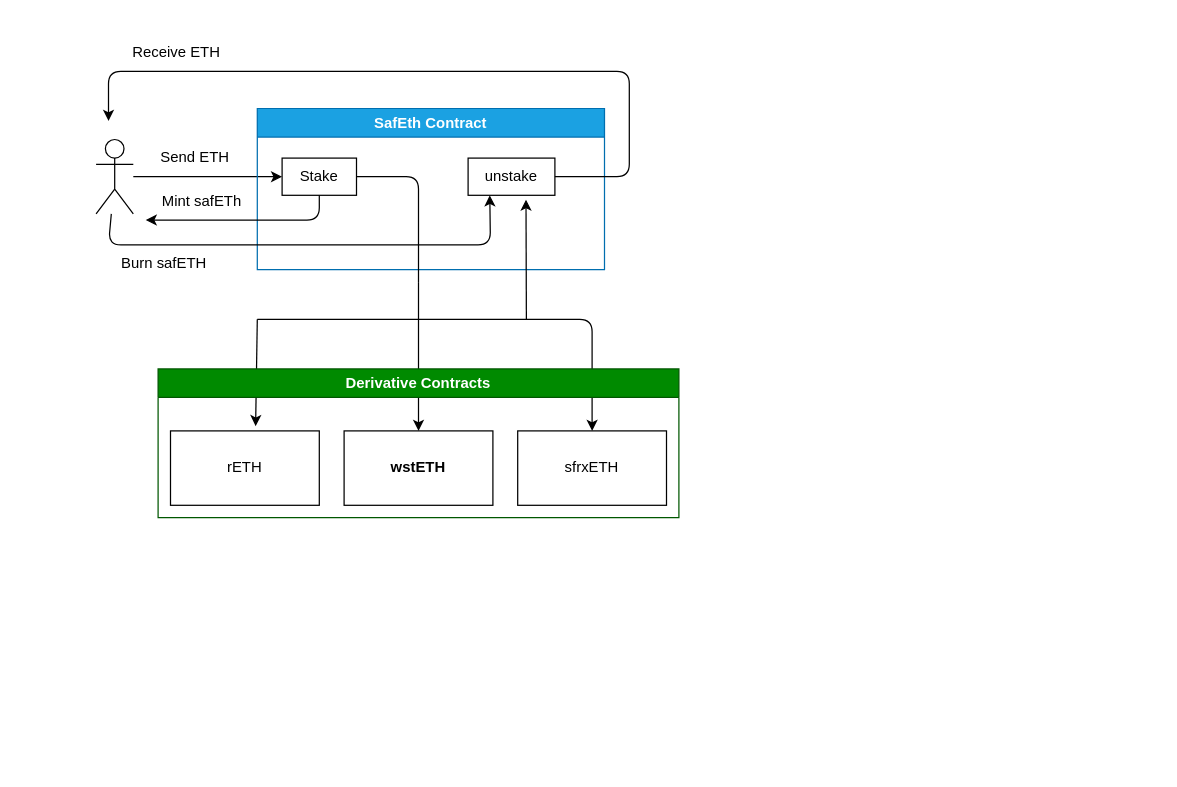
This is assets/SafEth-Architecture.drawio from asymmetryfinance/safeth, a draw.io file, before an edit. Source tidied: cells renumbered, new cells numbered last; positions are measured from the earlier drawing's top-left corner, leaving out a move shared by most shapes. Both pictures are drawn from the tidied source at 124%, with x=0, y=0 at pixel (95, 33).
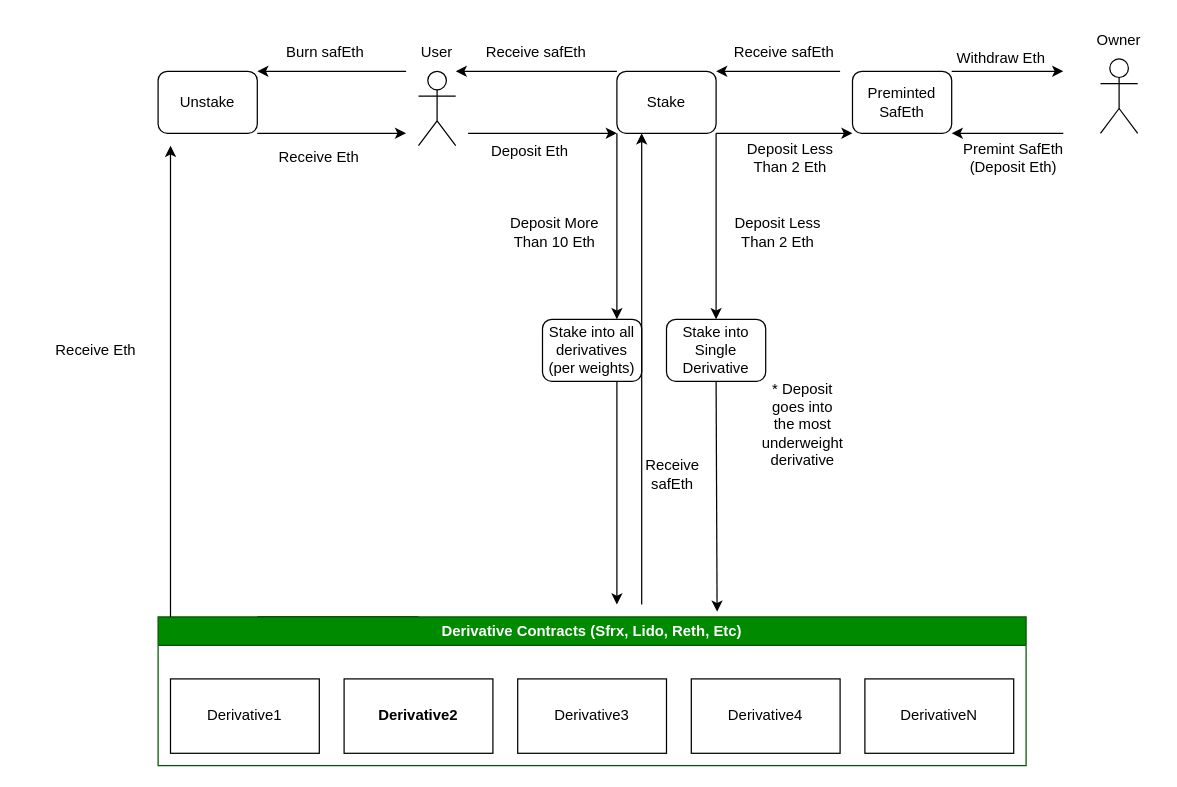
The same page after the edit.

Commit message:
update arch diagram

Change to the diagram source:
```diff
@@
-    <mxCell id="2" style="edgeStyle=none;html=1;entryX=0;entryY=0.5;entryDx=0;entryDy=0;" parent="1" edge="1" source="3" target="7">
-      <mxGeometry relative="1" as="geometry" />
-    </mxCell>
     <mxCell id="3" style="shape=umlActor;verticalLabelPosition=bottom;verticalAlign=top;html=1;outlineConnect=0;" parent="1" vertex="1">
-      <mxGeometry y="85" width="30" height="60" as="geometry" />
+      <mxGeometry x="260" y="30" width="30" height="60" as="geometry" />
     </mxCell>
-    <mxCell id="4" style="edgeStyle=none;html=1;" parent="1" edge="1" target="23">
-      <mxGeometry relative="1" as="geometry">
-        <mxPoint x="260" y="200" as="sourcePoint" />
-      </mxGeometry>
-    </mxCell>
-    <mxCell id="5" style="edgeStyle=none;html=1;" parent="1" edge="1" source="6">
+    <mxCell id="5" style="edgeStyle=none;html=1;" parent="1" edge="1">
       <mxGeometry relative="1" as="geometry">
+        <mxPoint x="255" y="190" as="sourcePoint" />
         <mxPoint x="255" y="190" as="targetPoint" />
       </mxGeometry>
     </mxCell>
-    <mxCell id="6" value="SafEth Contract" style="swimlane;whiteSpace=wrap;html=1;fillColor=#1ba1e2;fontColor=#ffffff;strokeColor=#006EAF;" parent="1" vertex="1">
-      <mxGeometry x="130" y="60" width="280" height="130" as="geometry" />
-    </mxCell>
-    <mxCell id="7" value="Stake" style="rounded=0;whiteSpace=wrap;html=1;" parent="6" vertex="1">
-      <mxGeometry x="20" y="40" width="60" height="30" as="geometry" />
-    </mxCell>
-    <mxCell id="8" value="unstake" style="rounded=0;whiteSpace=wrap;html=1;" parent="6" vertex="1">
-      <mxGeometry x="170" y="40" width="70" height="30" as="geometry" />
-    </mxCell>
-    <mxCell id="9" value="Send ETH" style="text;html=1;strokeColor=none;fillColor=none;align=center;verticalAlign=middle;whiteSpace=wrap;rounded=0;" parent="1" vertex="1">
-      <mxGeometry x="50" y="85" width="60" height="30" as="geometry" />
-    </mxCell>
     <mxCell id="10" style="endArrow=none;html=1;" parent="1" edge="1">
       <mxGeometry relative="1" as="geometry">
-        <mxPoint x="130" y="230" as="sourcePoint" />
-        <mxPoint x="260" y="230" as="targetPoint" />
+        <mxPoint x="130" y="470" as="sourcePoint" />
+        <mxPoint x="260" y="470" as="targetPoint" />
       </mxGeometry>
     </mxCell>
-    <mxCell id="11" style="endArrow=classic;html=1;entryX=0.572;entryY=-0.064;entryDx=0;entryDy=0;entryPerimeter=0;" parent="1" edge="1" target="24">
-      <mxGeometry relative="1" as="geometry">
-        <mxPoint x="130" y="230" as="sourcePoint" />
-      </mxGeometry>
-    </mxCell>
-    <mxCell id="12" style="endArrow=classic;html=1;entryX=0.5;entryY=0;entryDx=0;entryDy=0;" parent="1" edge="1" target="22">
-      <mxGeometry relative="1" as="geometry">
-        <mxPoint x="260" y="230" as="sourcePoint" />
-        <Array as="points">
-          <mxPoint x="400" y="230" />
-        </Array>
-      </mxGeometry>
-    </mxCell>
-    <mxCell id="13" style="endArrow=classic;html=1;exitX=0.5;exitY=1;exitDx=0;exitDy=0;" parent="1" edge="1" source="7">
-      <mxGeometry relative="1" as="geometry">
-        <mxPoint x="40" y="150" as="targetPoint" />
-        <Array as="points">
-          <mxPoint x="180" y="150" />
-        </Array>
-      </mxGeometry>
-    </mxCell>
-    <mxCell id="14" value="Mint safETh" style="text;html=1;align=center;verticalAlign=middle;strokeColor=none;fillColor=none;" parent="1" vertex="1">
-      <mxGeometry x="40" y="120" width="90" height="30" as="geometry" />
-    </mxCell>
-    <mxCell id="15" style="endArrow=classic;html=1;entryX=0.667;entryY=1.117;entryDx=0;entryDy=0;entryPerimeter=0;" parent="1" edge="1" target="8">
-      <mxGeometry relative="1" as="geometry">
-        <mxPoint x="347" y="230" as="sourcePoint" />
-      </mxGeometry>
-    </mxCell>
-    <mxCell id="16" style="endArrow=classic;html=1;exitX=1;exitY=0.5;exitDx=0;exitDy=0;" parent="1" edge="1" source="8">
-      <mxGeometry relative="1" as="geometry">
-        <mxPoint x="10" y="70" as="targetPoint" />
-        <Array as="points">
-          <mxPoint x="430" y="115" />
-          <mxPoint x="430" y="30" />
-          <mxPoint x="10" y="30" />
-        </Array>
-      </mxGeometry>
-    </mxCell>
-    <mxCell id="17" value="Receive ETH" style="text;html=1;strokeColor=none;fillColor=none;align=center;verticalAlign=middle;whiteSpace=wrap;rounded=0;" parent="1" vertex="1">
-      <mxGeometry x="20" width="90" height="30" as="geometry" />
-    </mxCell>
-    <mxCell id="18" style="endArrow=classic;html=1;entryX=0.25;entryY=1;entryDx=0;entryDy=0;" parent="1" edge="1" source="3" target="8">
-      <mxGeometry relative="1" as="geometry">
-        <Array as="points">
-          <mxPoint x="10" y="170" />
-          <mxPoint x="318" y="170" />
-        </Array>
-      </mxGeometry>
-    </mxCell>
-    <mxCell id="19" value="Burn safETH" style="text;html=1;strokeColor=none;fillColor=none;align=center;verticalAlign=middle;whiteSpace=wrap;rounded=0;" parent="1" vertex="1">
-      <mxGeometry x="10" y="170" width="90" height="30" as="geometry" />
-    </mxCell>
-    <mxCell id="20" style="endArrow=none;html=1;exitX=1;exitY=0.5;exitDx=0;exitDy=0;" parent="1" edge="1" source="7">
-      <mxGeometry relative="1" as="geometry">
-        <mxPoint x="260" y="200" as="targetPoint" />
-        <Array as="points">
-          <mxPoint x="260" y="115" />
-        </Array>
-      </mxGeometry>
-    </mxCell>
-    <mxCell id="21" value="Derivative Contracts" style="swimlane;whiteSpace=wrap;html=1;fillColor=#008a00;fontColor=#ffffff;strokeColor=#005700;" parent="1" vertex="1">
-      <mxGeometry x="50" y="270" width="420" height="120" as="geometry" />
+    <mxCell id="21" value="Derivative Contracts (Sfrx, Lido, Reth, Etc)" style="swimlane;whiteSpace=wrap;html=1;fillColor=#008a00;fontColor=#ffffff;strokeColor=#005700;" parent="1" vertex="1">
+      <mxGeometry x="50" y="470" width="700" height="120" as="geometry" />
     </mxCell>
-    <mxCell id="22" value="sfrxETH" style="rounded=0;whiteSpace=wrap;html=1;" parent="21" vertex="1">
+    <mxCell id="22" value="Derivative3" style="rounded=0;whiteSpace=wrap;html=1;" parent="21" vertex="1">
       <mxGeometry x="290" y="50" width="120" height="60" as="geometry" />
     </mxCell>
-    <mxCell id="23" value="wstETH" style="whiteSpace=wrap;html=1;fontStyle=1;startSize=23;" parent="21" vertex="1">
+    <mxCell id="23" value="Derivative2" style="whiteSpace=wrap;html=1;fontStyle=1;startSize=23;" parent="21" vertex="1">
       <mxGeometry x="150" y="50" width="120" height="60" as="geometry" />
     </mxCell>
-    <mxCell id="24" value="rETH" style="whiteSpace=wrap;html=1;" parent="21" vertex="1">
+    <mxCell id="24" value="Derivative1" style="whiteSpace=wrap;html=1;" parent="21" vertex="1">
       <mxGeometry x="10" y="50" width="120" height="60" as="geometry" />
     </mxCell>
+    <mxCell id="25" value="Derivative4" style="rounded=0;whiteSpace=wrap;html=1;" parent="21" vertex="1">
+      <mxGeometry x="430" y="50" width="120" height="60" as="geometry" />
+    </mxCell>
+    <mxCell id="26" value="DerivativeN" style="rounded=0;whiteSpace=wrap;html=1;" parent="21" vertex="1">
+      <mxGeometry x="570" y="50" width="120" height="60" as="geometry" />
+    </mxCell>
+    <mxCell id="7" value="Stake" style="rounded=1;whiteSpace=wrap;html=1;" parent="1" vertex="1">
+      <mxGeometry x="420" y="30" width="80" height="50" as="geometry" />
+    </mxCell>
+    <mxCell id="27" value="Unstake" style="rounded=1;whiteSpace=wrap;html=1;" parent="1" vertex="1">
+      <mxGeometry x="50" y="30" width="80" height="50" as="geometry" />
+    </mxCell>
+    <mxCell id="28" value="Burn safEth" style="text;html=1;strokeColor=none;fillColor=none;align=center;verticalAlign=middle;whiteSpace=wrap;rounded=0;" parent="1" vertex="1">
+      <mxGeometry x="150" width="70" height="30" as="geometry" />
+    </mxCell>
+    <mxCell id="29" value="User" style="text;html=1;strokeColor=none;fillColor=none;align=center;verticalAlign=middle;whiteSpace=wrap;rounded=0;" parent="1" vertex="1">
+      <mxGeometry x="245" width="60" height="30" as="geometry" />
+    </mxCell>
+    <mxCell id="30" value="Preminted SafEth" style="rounded=1;whiteSpace=wrap;html=1;" parent="1" vertex="1">
+      <mxGeometry x="610" y="30" width="80" height="50" as="geometry" />
+    </mxCell>
+    <mxCell id="31" style="shape=umlActor;verticalLabelPosition=bottom;verticalAlign=top;html=1;" parent="1" vertex="1">
+      <mxGeometry x="810" y="20" width="30" height="60" as="geometry" />
+    </mxCell>
+    <mxCell id="32" value="Stake into Single Derivative" style="rounded=1;whiteSpace=wrap;html=1;" parent="1" vertex="1">
+      <mxGeometry x="460" y="230" width="80" height="50" as="geometry" />
+    </mxCell>
+    <mxCell id="33" style="endArrow=classic;html=1;entryX=0;entryY=1;entryDx=0;entryDy=0;" parent="1" edge="1" target="7">
+      <mxGeometry relative="1" as="geometry">
+        <mxPoint x="300" y="80" as="sourcePoint" />
+      </mxGeometry>
+    </mxCell>
+    <mxCell id="34" value="Deposit Eth" style="text;html=1;strokeColor=none;fillColor=none;align=center;verticalAlign=middle;whiteSpace=wrap;rounded=0;" parent="1" vertex="1">
+      <mxGeometry x="310" y="80" width="80" height="30" as="geometry" />
+    </mxCell>
+    <mxCell id="35" style="endArrow=classic;html=1;entryX=0.75;entryY=1;entryDx=0;entryDy=0;exitX=0;exitY=0;exitDx=0;exitDy=0;" parent="1" edge="1" source="7" target="29">
+      <mxGeometry relative="1" as="geometry" />
+    </mxCell>
+    <mxCell id="36" value="Receive safEth" style="text;html=1;strokeColor=none;fillColor=none;align=center;verticalAlign=middle;whiteSpace=wrap;rounded=0;" parent="1" vertex="1">
+      <mxGeometry x="310" width="90" height="30" as="geometry" />
+    </mxCell>
+    <mxCell id="37" value="Owner" style="text;html=1;strokeColor=none;fillColor=none;align=center;verticalAlign=middle;whiteSpace=wrap;rounded=0;" parent="1" vertex="1">
+      <mxGeometry x="795" y="-10" width="60" height="30" as="geometry" />
+    </mxCell>
+    <mxCell id="38" style="endArrow=classic;html=1;entryX=1;entryY=1;entryDx=0;entryDy=0;" parent="1" edge="1" target="30">
+      <mxGeometry relative="1" as="geometry">
+        <mxPoint x="780" y="80" as="sourcePoint" />
+      </mxGeometry>
+    </mxCell>
+    <mxCell id="39" value="Premint SafEth (Deposit Eth)" style="text;html=1;strokeColor=none;fillColor=none;align=center;verticalAlign=middle;whiteSpace=wrap;rounded=0;" parent="1" vertex="1">
+      <mxGeometry x="690" y="80" width="100" height="40" as="geometry" />
+    </mxCell>
+    <mxCell id="40" style="endArrow=classic;html=1;exitX=1;exitY=0;exitDx=0;exitDy=0;" parent="1" edge="1" source="30">
+      <mxGeometry relative="1" as="geometry">
+        <mxPoint x="780" y="30" as="targetPoint" />
+      </mxGeometry>
+    </mxCell>
+    <mxCell id="41" value="Withdraw Eth" style="text;html=1;strokeColor=none;fillColor=none;align=center;verticalAlign=middle;whiteSpace=wrap;rounded=0;" parent="1" vertex="1">
+      <mxGeometry x="680" width="100" height="40" as="geometry" />
+    </mxCell>
+    <mxCell id="42" value="Receive Eth" style="text;html=1;strokeColor=none;fillColor=none;align=center;verticalAlign=middle;whiteSpace=wrap;rounded=0;" parent="1" vertex="1">
+      <mxGeometry x="120" y="85" width="120" height="30" as="geometry" />
+    </mxCell>
+    <mxCell id="43" style="endArrow=classic;html=1;exitX=1;exitY=1;exitDx=0;exitDy=0;" parent="1" edge="1" source="27">
+      <mxGeometry relative="1" as="geometry">
+        <mxPoint x="250" y="80" as="targetPoint" />
+      </mxGeometry>
+    </mxCell>
+    <mxCell id="44" style="endArrow=classic;html=1;entryX=0.75;entryY=1;entryDx=0;entryDy=0;" parent="1" edge="1">
+      <mxGeometry relative="1" as="geometry">
+        <mxPoint x="250" y="30" as="sourcePoint" />
+        <mxPoint x="130" y="30" as="targetPoint" />
+      </mxGeometry>
+    </mxCell>
+    <mxCell id="45" style="endArrow=classic;html=1;entryX=0;entryY=1;entryDx=0;entryDy=0;exitX=1;exitY=1;exitDx=0;exitDy=0;" parent="1" edge="1" source="7" target="30">
+      <mxGeometry relative="1" as="geometry" />
+    </mxCell>
+    <mxCell id="46" value="Deposit Less Than 2 Eth" style="text;html=1;strokeColor=none;fillColor=none;align=center;verticalAlign=middle;whiteSpace=wrap;rounded=0;" parent="1" vertex="1">
+      <mxGeometry x="510" y="80" width="100" height="40" as="geometry" />
+    </mxCell>
+    <mxCell id="47" style="endArrow=classic;html=1;entryX=1;entryY=0;entryDx=0;entryDy=0;" parent="1" edge="1" target="7">
+      <mxGeometry relative="1" as="geometry">
+        <mxPoint x="600" y="30" as="sourcePoint" />
+      </mxGeometry>
+    </mxCell>
+    <mxCell id="48" value="Receive safEth" style="text;html=1;strokeColor=none;fillColor=none;align=center;verticalAlign=middle;whiteSpace=wrap;rounded=0;" parent="1" vertex="1">
+      <mxGeometry x="510" width="90" height="30" as="geometry" />
+    </mxCell>
+    <mxCell id="49" value="Stake into all derivatives (per weights)" style="rounded=1;whiteSpace=wrap;html=1;" parent="1" vertex="1">
+      <mxGeometry x="360" y="230" width="80" height="50" as="geometry" />
+    </mxCell>
+    <mxCell id="50" value="Receive Eth" style="text;html=1;strokeColor=none;fillColor=none;align=center;verticalAlign=middle;whiteSpace=wrap;rounded=0;" parent="1" vertex="1">
+      <mxGeometry x="-60" y="240" width="120" height="30" as="geometry" />
+    </mxCell>
+    <mxCell id="51" style="endArrow=classic;html=1;" parent="1" edge="1">
+      <mxGeometry relative="1" as="geometry">
+        <mxPoint x="60" y="470" as="sourcePoint" />
+        <mxPoint x="60" y="90" as="targetPoint" />
+      </mxGeometry>
+    </mxCell>
+    <mxCell id="52" style="endArrow=classic;html=1;entryX=0.75;entryY=0;entryDx=0;entryDy=0;" parent="1" edge="1" target="49">
+      <mxGeometry relative="1" as="geometry">
+        <mxPoint x="420" y="80" as="sourcePoint" />
+      </mxGeometry>
+    </mxCell>
+    <mxCell id="53" value="Deposit More Than 10 Eth" style="text;html=1;strokeColor=none;fillColor=none;align=center;verticalAlign=middle;whiteSpace=wrap;rounded=0;" parent="1" vertex="1">
+      <mxGeometry x="320" y="140" width="100" height="40" as="geometry" />
+    </mxCell>
+    <mxCell id="54" style="endArrow=classic;html=1;exitX=0.75;exitY=1;exitDx=0;exitDy=0;" parent="1" edge="1" source="49">
+      <mxGeometry relative="1" as="geometry">
+        <mxPoint x="420" y="460" as="targetPoint" />
+      </mxGeometry>
+    </mxCell>
+    <mxCell id="55" style="endArrow=classic;html=1;entryX=0.5;entryY=0;entryDx=0;entryDy=0;" parent="1" edge="1" target="32">
+      <mxGeometry relative="1" as="geometry">
+        <mxPoint x="500" y="80" as="sourcePoint" />
+      </mxGeometry>
+    </mxCell>
+    <mxCell id="56" style="endArrow=classic;html=1;exitX=0.5;exitY=1;exitDx=0;exitDy=0;entryX=0.644;entryY=-0.035;entryDx=0;entryDy=0;entryPerimeter=0;" parent="1" edge="1" source="32" target="21">
+      <mxGeometry relative="1" as="geometry" />
+    </mxCell>
+    <mxCell id="57" style="endArrow=classic;html=1;entryX=0.25;entryY=1;entryDx=0;entryDy=0;" parent="1" edge="1" target="7">
+      <mxGeometry relative="1" as="geometry">
+        <mxPoint x="440" y="460" as="sourcePoint" />
+      </mxGeometry>
+    </mxCell>
+    <mxCell id="58" value="Deposit Less Than 2 Eth" style="text;html=1;strokeColor=none;fillColor=none;align=center;verticalAlign=middle;whiteSpace=wrap;rounded=0;" parent="1" vertex="1">
+      <mxGeometry x="500" y="140" width="100" height="40" as="geometry" />
+    </mxCell>
+    <mxCell id="59" value="Receive&lt;br&gt;safEth" style="text;html=1;strokeColor=none;fillColor=none;align=center;verticalAlign=middle;whiteSpace=wrap;rounded=0;" parent="1" vertex="1">
+      <mxGeometry x="420" y="340" width="90" height="30" as="geometry" />
+    </mxCell>
+    <mxCell id="60" value="* Deposit goes into the most underweight derivative" style="text;html=1;strokeColor=none;fillColor=none;align=center;verticalAlign=middle;whiteSpace=wrap;rounded=0;" parent="1" vertex="1">
+      <mxGeometry x="540" y="300" width="60" height="30" as="geometry" />
+    </mxCell>
```
